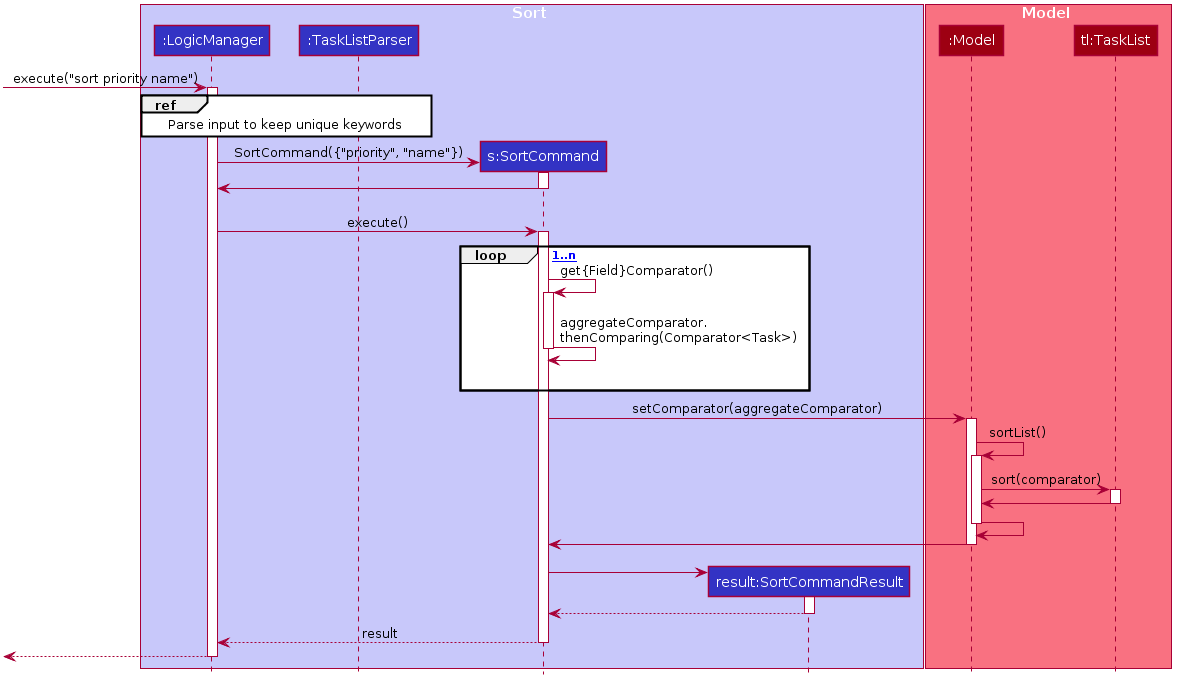
Earlier version of the PlantUML export docs/images/SortSequenceDiagram.png (nus-cs2103-AY1920S2/addressbook-level3).
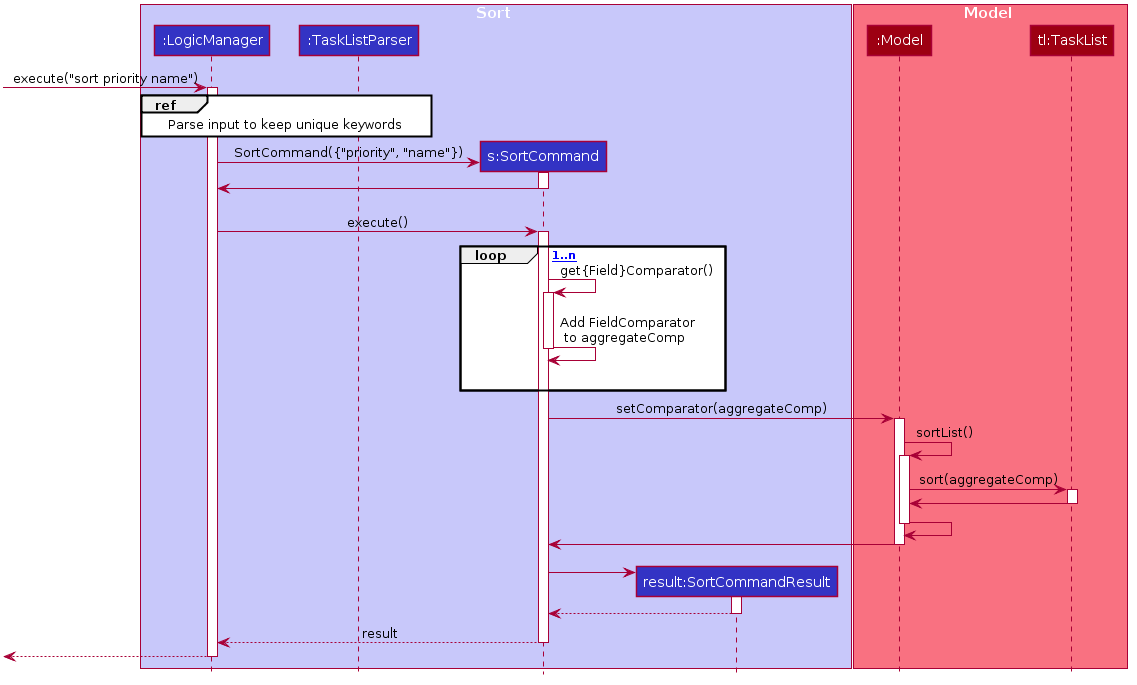
The same file after the commit.

Change to the diagram source:
```diff
@@ -83,19 +83,19 @@
     SortCommand -> SortCommand: get{Field}Comparator()
     activate SortCommand
 
-    SortCommand -> SortCommand: aggregateComparator.\nthenComparing(Comparator<Task>)
+    SortCommand -> SortCommand: Add FieldComparator \n to aggregateComp
     deactivate SortCommand
     SortCommand -[hidden]> SortCommand
 
 end
 
-SortCommand -> Model : setComparator(aggregateComparator)
+SortCommand -> Model : setComparator(aggregateComp)
 activate Model
 
 Model -> Model: sortList()
 activate Model
 
-Model -> TaskList: sort(comparator)
+Model -> TaskList: sort(aggregateComp)
 activate TaskList
 TaskList -> Model
 deactivate TaskList
```
